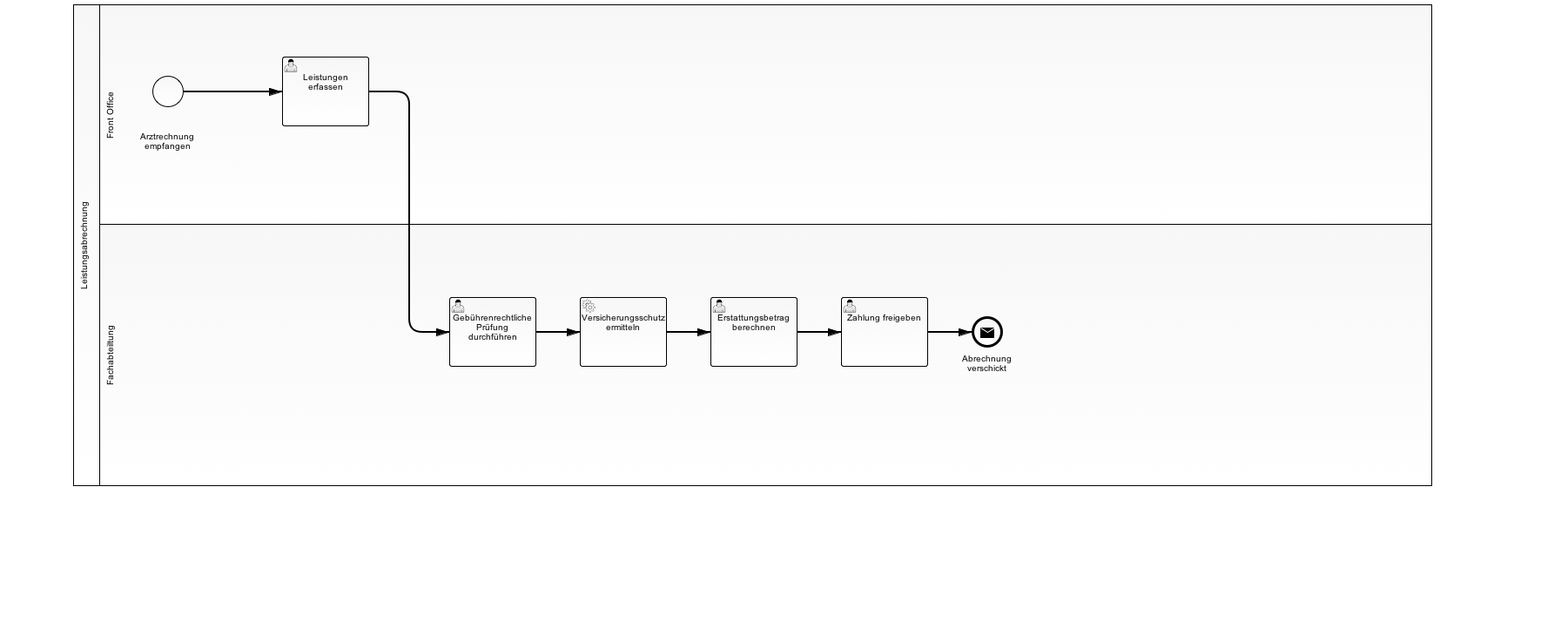
Before: web/src/main/resources/Leistungsabrechnung.png, a diagram exported from BPMN (holisticon/skill-based-routing). Its source is kept beside it as web/src/main/resources/Leistungsabrechnung.bpmn. Ids are renumbered. Its diagram source:
```xml
<bpmn2:definitions xmlns:xsi="http://www.w3.org/2001/XMLSchema-instance" xmlns:bpmn2="http://www.omg.org/spec/BPMN/20100524/MODEL" xmlns:bpmndi="http://www.omg.org/spec/BPMN/20100524/DI" xmlns:camunda="http://activiti.org/bpmn" xmlns:dc="http://www.omg.org/spec/DD/20100524/DC" xmlns:di="http://www.omg.org/spec/DD/20100524/DI" xsi:schemaLocation="http://www.omg.org/spec/BPMN/20100524/MODEL BPMN20.xsd" id="_mLhHACulEeW_IMg7skKuyQ" exporter="camunda modeler" exporterVersion="2.6.0" targetNamespace="http://activiti.org/bpmn">
  <bpmn2:collaboration id="_Collaboration_6">
    <bpmn2:participant id="leistungesabrechung_pool" name="Leistungsabrechnung" processRef="leistungsabrechnung"/>
  </bpmn2:collaboration>
  <bpmn2:process id="leistungsabrechnung" name="Leistungsabrechnung" isExecutable="true">
    <bpmn2:laneSet id="LaneSet_1" name="Lane Set 1">
      <bpmn2:lane id="Lane_1" name="Front Office">
        <bpmn2:flowNodeRef>start</bpmn2:flowNodeRef>
        <bpmn2:flowNodeRef>task_leistungen_erfassen</bpmn2:flowNodeRef>
      </bpmn2:lane>
      <bpmn2:lane id="Lane_2" name="Fachabteiltung">
        <bpmn2:flowNodeRef>task_gebuehrenrechtlich_pruefen</bpmn2:flowNodeRef>
        <bpmn2:flowNodeRef>service_versicherungsschutz_ermitteln</bpmn2:flowNodeRef>
        <bpmn2:flowNodeRef>task_erstattungsbetrag_berechnen</bpmn2:flowNodeRef>
        <bpmn2:flowNodeRef>task_zahlung_freigeben</bpmn2:flowNodeRef>
        <bpmn2:flowNodeRef>end</bpmn2:flowNodeRef>
      </bpmn2:lane>
    </bpmn2:laneSet>
    <bpmn2:startEvent id="start" camunda:formKey="embedded:app:start.html" name="Arztrechnung&#xD;&#xA;empfangen">
      <bpmn2:outgoing>seq_1</bpmn2:outgoing>
    </bpmn2:startEvent>
    <bpmn2:sequenceFlow id="seq_1" name="" sourceRef="start" targetRef="task_leistungen_erfassen"/>
    <bpmn2:userTask id="task_leistungen_erfassen" camunda:formKey="embedded:app:leistungen_erfassen.html" name="Leistungen&#xD;&#xA;erfassen">
      <bpmn2:documentation>Erfassung der abzurechnenden Einzelleitungen gem. der jeweiligen Gebührenordnung</bpmn2:documentation>
      <bpmn2:incoming>seq_1</bpmn2:incoming>
      <bpmn2:outgoing>seq_2</bpmn2:outgoing>
    </bpmn2:userTask>
    <bpmn2:sequenceFlow id="seq_2" name="" sourceRef="task_leistungen_erfassen" targetRef="task_gebuehrenrechtlich_pruefen"/>
    <bpmn2:userTask id="task_gebuehrenrechtlich_pruefen" camunda:formKey="embedded:app:gebuehrenrechtlich_pruefen.html" name="Gebührenrechtliche&#xD;&#xA;Prüfung&#xD;&#xA;durchführen">
      <bpmn2:documentation>Prüfung der erfassten Leistungen auf ihre gebührenrechtliche Korrektheit</bpmn2:documentation>
      <bpmn2:incoming>seq_2</bpmn2:incoming>
      <bpmn2:outgoing>seq_3</bpmn2:outgoing>
    </bpmn2:userTask>
    <bpmn2:serviceTask id="service_versicherungsschutz_ermitteln" camunda:delegateExpression="#{versicherungsschutzErmitteln}" name="Versicherungsschutz&#xD;&#xA;ermitteln">
      <bpmn2:incoming>seq_3</bpmn2:incoming>
      <bpmn2:outgoing>seq_4</bpmn2:outgoing>
    </bpmn2:serviceTask>
    <bpmn2:sequenceFlow id="seq_3" sourceRef="task_gebuehrenrechtlich_pruefen" targetRef="service_versicherungsschutz_ermitteln"/>
    <bpmn2:userTask id="task_erstattungsbetrag_berechnen" name="Erstattungsbetrag berechnen">
      <bpmn2:incoming>seq_4</bpmn2:incoming>
      <bpmn2:outgoing>seq_5</bpmn2:outgoing>
    </bpmn2:userTask>
    <bpmn2:sequenceFlow id="seq_4" name="" sourceRef="service_versicherungsschutz_ermitteln" targetRef="task_erstattungsbetrag_berechnen"/>
    <bpmn2:userTask id="task_zahlung_freigeben" name="Zahlung freigeben">
      <bpmn2:incoming>seq_5</bpmn2:incoming>
      <bpmn2:outgoing>SequenceFlow_6</bpmn2:outgoing>
    </bpmn2:userTask>
    <bpmn2:sequenceFlow id="seq_5" name="" sourceRef="task_erstattungsbetrag_berechnen" targetRef="task_zahlung_freigeben"/>
    <bpmn2:endEvent id="end" name="Abrechnung&#xD;&#xA;verschickt">
      <bpmn2:incoming>SequenceFlow_6</bpmn2:incoming>
      <bpmn2:messageEventDefinition id="_MessageEventDefinition_2" camunda:delegateExpression="#{abrechnungVerschickt}"/>
    </bpmn2:endEvent>
    <bpmn2:sequenceFlow id="SequenceFlow_6" name="" sourceRef="task_zahlung_freigeben" targetRef="end"/>
  </bpmn2:process>
  <bpmndi:BPMNDiagram id="BPMNDiagram_1">
    <bpmndi:BPMNPlane id="BPMNPlane_1" bpmnElement="_Collaboration_6">
      <bpmndi:BPMNShape id="_BPMNShape_Participant_6" bpmnElement="leistungesabrechung_pool" isHorizontal="true">
        <dc:Bounds height="553.0" width="1561.0" x="84.0" y="0.0"/>
      </bpmndi:BPMNShape>
      <bpmndi:BPMNShape id="_BPMNShape_Lane_2" bpmnElement="Lane_1" isHorizontal="true">
        <dc:Bounds height="253.0" width="1531.0" x="114.0" y="0.0"/>
      </bpmndi:BPMNShape>
      <bpmndi:BPMNShape id="_BPMNShape_Lane_3" bpmnElement="Lane_2" isHorizontal="true">
        <dc:Bounds height="301.0" width="1531.0" x="114.0" y="252.0"/>
      </bpmndi:BPMNShape>
      <bpmndi:BPMNShape id="_BPMNShape_StartEvent_18" bpmnElement="start">
        <dc:Bounds height="36.0" width="36.0" x="175.0" y="82.0"/>
        <bpmndi:BPMNLabel>
          <dc:Bounds height="38.0" width="93.0" x="147.0" y="144.0"/>
        </bpmndi:BPMNLabel>
      </bpmndi:BPMNShape>
      <bpmndi:BPMNShape id="_BPMNShape_Task_2" bpmnElement="task_leistungen_erfassen">
        <dc:Bounds height="80.0" width="100.0" x="324.0" y="60.0"/>
      </bpmndi:BPMNShape>
      <bpmndi:BPMNEdge id="BPMNEdge_SequenceFlow_1" bpmnElement="seq_1" sourceElement="_BPMNShape_StartEvent_18" targetElement="_BPMNShape_Task_2">
        <di:waypoint xsi:type="dc:Point" x="211.0" y="100.0"/>
        <di:waypoint xsi:type="dc:Point" x="324.0" y="100.0"/>
        <bpmndi:BPMNLabel>
          <dc:Bounds height="6.0" width="6.0" x="265.0" y="300.0"/>
        </bpmndi:BPMNLabel>
      </bpmndi:BPMNEdge>
      <bpmndi:BPMNShape id="_BPMNShape_UserTask_25" bpmnElement="task_gebuehrenrechtlich_pruefen">
        <dc:Bounds height="80.0" width="100.0" x="516.0" y="336.0"/>
      </bpmndi:BPMNShape>
      <bpmndi:BPMNEdge id="BPMNEdge_SequenceFlow_2" bpmnElement="seq_2" sourceElement="_BPMNShape_Task_2" targetElement="_BPMNShape_UserTask_25">
        <di:waypoint xsi:type="dc:Point" x="424.0" y="100.0"/>
        <di:waypoint xsi:type="dc:Point" x="470.0" y="100.0"/>
        <di:waypoint xsi:type="dc:Point" x="470.0" y="376.0"/>
        <di:waypoint xsi:type="dc:Point" x="516.0" y="376.0"/>
        <bpmndi:BPMNLabel>
          <dc:Bounds height="6.0" width="6.0" x="458.0" y="300.0"/>
        </bpmndi:BPMNLabel>
      </bpmndi:BPMNEdge>
      <bpmndi:BPMNShape id="_BPMNShape_ServiceTask_79" bpmnElement="service_versicherungsschutz_ermitteln">
        <dc:Bounds height="80.0" width="100.0" x="666.0" y="336.0"/>
      </bpmndi:BPMNShape>
      <bpmndi:BPMNEdge id="BPMNEdge_SequenceFlow_3" bpmnElement="seq_3" sourceElement="_BPMNShape_UserTask_25" targetElement="_BPMNShape_ServiceTask_79">
        <di:waypoint xsi:type="dc:Point" x="616.0" y="376.0"/>
        <di:waypoint xsi:type="dc:Point" x="666.0" y="376.0"/>
      </bpmndi:BPMNEdge>
      <bpmndi:BPMNShape id="_BPMNShape_UserTask_26" bpmnElement="task_erstattungsbetrag_berechnen">
        <dc:Bounds height="80.0" width="100.0" x="816.0" y="336.0"/>
      </bpmndi:BPMNShape>
      <bpmndi:BPMNEdge id="BPMNEdge_SequenceFlow_4" bpmnElement="seq_4" sourceElement="_BPMNShape_ServiceTask_79" targetElement="_BPMNShape_UserTask_26">
        <di:waypoint xsi:type="dc:Point" x="766.0" y="376.0"/>
        <di:waypoint xsi:type="dc:Point" x="816.0" y="376.0"/>
      </bpmndi:BPMNEdge>
      <bpmndi:BPMNShape id="_BPMNShape_UserTask_27" bpmnElement="task_zahlung_freigeben">
        <dc:Bounds height="80.0" width="100.0" x="966.0" y="336.0"/>
      </bpmndi:BPMNShape>
      <bpmndi:BPMNEdge id="BPMNEdge_SequenceFlow_5" bpmnElement="seq_5" sourceElement="_BPMNShape_UserTask_26" targetElement="_BPMNShape_UserTask_27">
        <di:waypoint xsi:type="dc:Point" x="916.0" y="376.0"/>
        <di:waypoint xsi:type="dc:Point" x="966.0" y="376.0"/>
      </bpmndi:BPMNEdge>
      <bpmndi:BPMNShape id="_BPMNShape_EndEvent_11" bpmnElement="end">
        <dc:Bounds height="36.0" width="36.0" x="1116.0" y="358.0"/>
      </bpmndi:BPMNShape>
      <bpmndi:BPMNEdge id="BPMNEdge_SequenceFlow_6" bpmnElement="SequenceFlow_6" sourceElement="_BPMNShape_UserTask_27" targetElement="_BPMNShape_EndEvent_11">
        <di:waypoint xsi:type="dc:Point" x="1066.0" y="376.0"/>
        <di:waypoint xsi:type="dc:Point" x="1116.0" y="376.0"/>
      </bpmndi:BPMNEdge>
    </bpmndi:BPMNPlane>
  </bpmndi:BPMNDiagram>
</bpmn2:definitions>
```
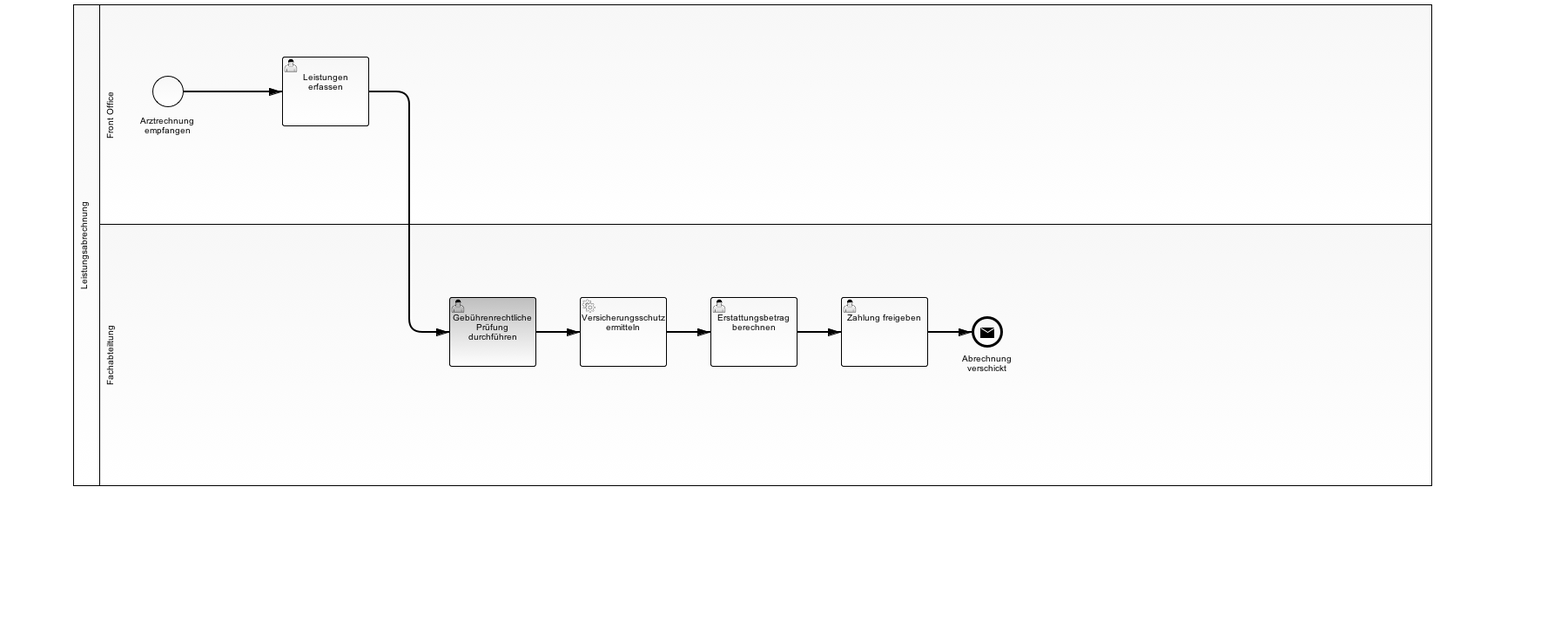
Above is the later version.

The edit, as a diff of the source:
```diff
@@ -66,7 +66,7 @@
       <bpmndi:BPMNShape id="_BPMNShape_StartEvent_18" bpmnElement="start">
         <dc:Bounds height="36.0" width="36.0" x="175.0" y="82.0"/>
         <bpmndi:BPMNLabel>
-          <dc:Bounds height="38.0" width="93.0" x="147.0" y="144.0"/>
+          <dc:Bounds height="28.0" width="68.0" x="159.0" y="126.0"/>
         </bpmndi:BPMNLabel>
       </bpmndi:BPMNShape>
       <bpmndi:BPMNShape id="_BPMNShape_Task_2" bpmnElement="task_leistungen_erfassen">
```
